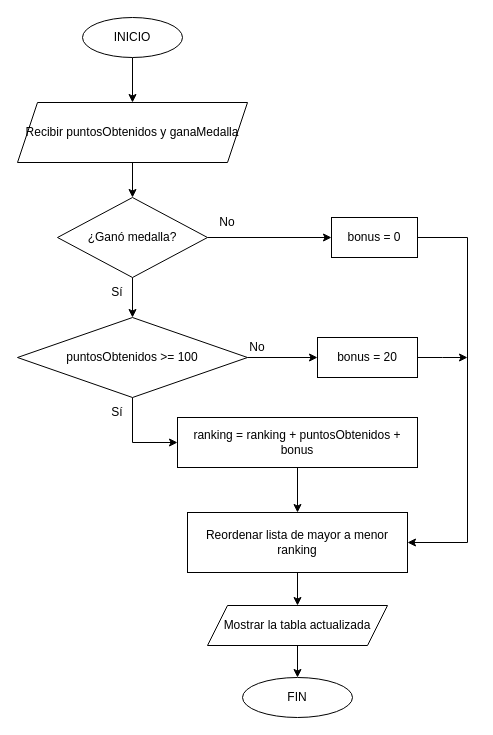
The draw.io diagram assets/proyecto1_flowchart.drawio in JheffreyUrbano/sistema-mundial-de-ciclismo, before the edit. Source tidied: cells renumbered, new cells numbered last; positions are measured from the earlier drawing's top-left corner, leaving out a move shared by most shapes. Both pictures are drawn from the tidied source at 100%, with x=0, y=0 at pixel (17, 17).
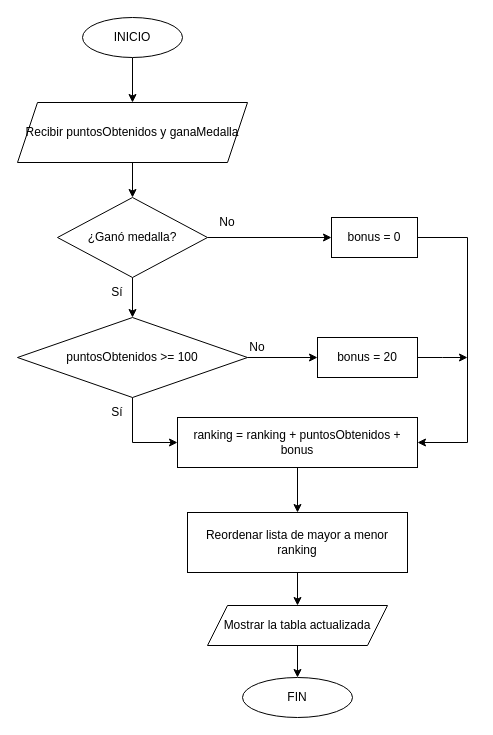
After the change.

Commit message (it also covers changes not shown here):
corrección del flowchart

Unchanged cells that the change refers to:
```xml
<mxCell id="16" value="bonus = 0" style="whiteSpace=wrap;html=1;" parent="1" vertex="1">
  <mxGeometry x="314" y="200" width="86" height="40" as="geometry" />
</mxCell>
<mxCell id="22" value="ranking = ranking + puntosObtenidos + bonus" style="whiteSpace=wrap;html=1;" parent="1" vertex="1">
  <mxGeometry x="160" y="400" width="240" height="50" as="geometry" />
</mxCell>
<mxCell id="24" value="Reordenar lista de mayor a menor ranking" style="whiteSpace=wrap;html=1;" parent="1" vertex="1">
  <mxGeometry x="170" y="495" width="220" height="60" as="geometry" />
</mxCell>
```

The edit, as a diff of the source:
```diff
@@
-    <mxCell id="15" style="edgeStyle=orthogonalEdgeStyle;rounded=0;jettySize=auto;html=1;entryX=1;entryY=0.5;entryDx=0;entryDy=0;" parent="1" edge="1" source="16" target="24">
-      <mxGeometry x="-0.18" relative="1" as="geometry">
+    <mxCell id="15" style="edgeStyle=orthogonalEdgeStyle;rounded=0;jettySize=auto;html=1;" parent="1" edge="1" source="16" target="22">
+      <mxGeometry x="0.11" relative="1" as="geometry">
         <Array as="points">
           <mxPoint x="450" y="220" />
-          <mxPoint x="450" y="525" />
+          <mxPoint x="450" y="425" />
         </Array>
       </mxGeometry>
     </mxCell>
```
